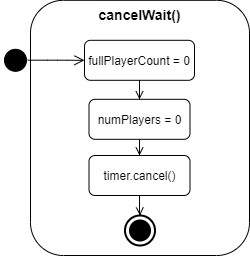
Before: Doku/images/AD_cancelWait.png, a diagram exported from draw.io (KjellooMelloo/gameoftrons). Source tidied: cells renumbered, new cells last; positions are measured from the earlier drawing's top-left corner, leaving out a move shared by most shapes. Source of this version:
```xml
<mxGraphModel>
  <root>
    <mxCell id="0" />
    <mxCell id="1" parent="0" />
    <mxCell id="2" value="&lt;b&gt;&lt;font style=&quot;font-size: 14px&quot;&gt;cancelWait()&lt;/font&gt;&lt;/b&gt;" style="rounded=1;whiteSpace=wrap;html=1;align=center;verticalAlign=top;" parent="1" vertex="1">
      <mxGeometry x="30" y="-0.2" width="219" height="255.2" as="geometry" />
    </mxCell>
    <mxCell id="3" style="ellipse;html=1;shape=startState;fillColor=#000000;strokeColor=#000000;align=center;" parent="1" vertex="1">
      <mxGeometry y="44.8" width="30" height="30" as="geometry" />
    </mxCell>
    <mxCell id="4" style="edgeStyle=orthogonalEdgeStyle;html=1;verticalAlign=bottom;endArrow=open;endSize=8;strokeColor=#000000;entryX=0;entryY=0.5;entryDx=0;entryDy=0;exitX=0.909;exitY=0.496;exitDx=0;exitDy=0;exitPerimeter=0;" parent="1" edge="1" source="3" target="6">
      <mxGeometry relative="1" as="geometry" />
    </mxCell>
    <mxCell id="5" style="edgeStyle=orthogonalEdgeStyle;rounded=0;jettySize=auto;html=1;endArrow=open;endFill=0;" parent="1" edge="1" source="6" target="8">
      <mxGeometry relative="1" as="geometry" />
    </mxCell>
    <mxCell id="6" value="fullPlayerCount = 0" style="shape=rect;html=1;rounded=1;whiteSpace=wrap;align=center;" parent="1" vertex="1">
      <mxGeometry x="84" y="39.8" width="110" height="40" as="geometry" />
    </mxCell>
    <mxCell id="7" style="edgeStyle=orthogonalEdgeStyle;rounded=0;jettySize=auto;html=1;endArrow=open;endFill=0;entryX=0.5;entryY=0;entryDx=0;entryDy=0;" parent="1" edge="1" source="8" target="11">
      <mxGeometry relative="1" as="geometry" />
    </mxCell>
    <mxCell id="8" value="numPlayers = 0" style="shape=rect;html=1;rounded=1;whiteSpace=wrap;align=center;" parent="1" vertex="1">
      <mxGeometry x="88.5" y="98.8" width="101" height="40" as="geometry" />
    </mxCell>
    <mxCell id="9" style="html=1;shape=mxgraph.sysml.actFinal;strokeWidth=2;verticalLabelPosition=bottom;verticalAlignment=top;align=center;" parent="1" vertex="1">
      <mxGeometry x="124.5" y="215" width="30" height="30" as="geometry" />
    </mxCell>
    <mxCell id="10" style="edgeStyle=orthogonalEdgeStyle;rounded=0;jettySize=auto;html=1;entryX=0.5;entryY=0;entryDx=0;entryDy=0;entryPerimeter=0;endArrow=open;endFill=0;" parent="1" edge="1" source="11" target="9">
      <mxGeometry relative="1" as="geometry" />
    </mxCell>
    <mxCell id="11" value="timer.cancel()" style="shape=rect;html=1;rounded=1;whiteSpace=wrap;align=center;" parent="1" vertex="1">
      <mxGeometry x="88.5" y="155" width="101" height="40" as="geometry" />
    </mxCell>
  </root>
</mxGraphModel>
```
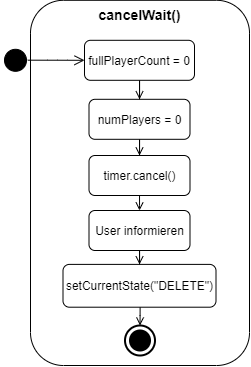
Later version of the same file.

What changed in the source:
```diff
@@ -3,7 +3,7 @@
     <mxCell id="0" />
     <mxCell id="1" parent="0" />
     <mxCell id="2" value="&lt;b&gt;&lt;font style=&quot;font-size: 14px&quot;&gt;cancelWait()&lt;/font&gt;&lt;/b&gt;" style="rounded=1;whiteSpace=wrap;html=1;align=center;verticalAlign=top;" parent="1" vertex="1">
-      <mxGeometry x="30" y="-0.2" width="219" height="255.2" as="geometry" />
+      <mxGeometry x="30" y="-0.2" width="219" height="365.2" as="geometry" />
     </mxCell>
     <mxCell id="3" style="ellipse;html=1;shape=startState;fillColor=#000000;strokeColor=#000000;align=center;" parent="1" vertex="1">
       <mxGeometry y="44.8" width="30" height="30" as="geometry" />
@@ -24,13 +24,37 @@
       <mxGeometry x="88.5" y="98.8" width="101" height="40" as="geometry" />
     </mxCell>
     <mxCell id="9" style="html=1;shape=mxgraph.sysml.actFinal;strokeWidth=2;verticalLabelPosition=bottom;verticalAlignment=top;align=center;" parent="1" vertex="1">
-      <mxGeometry x="124.5" y="215" width="30" height="30" as="geometry" />
+      <mxGeometry x="124.5" y="325" width="30" height="30" as="geometry" />
     </mxCell>
-    <mxCell id="10" style="edgeStyle=orthogonalEdgeStyle;rounded=0;jettySize=auto;html=1;entryX=0.5;entryY=0;entryDx=0;entryDy=0;entryPerimeter=0;endArrow=open;endFill=0;" parent="1" edge="1" source="11" target="9">
-      <mxGeometry relative="1" as="geometry" />
+    <mxCell id="10" style="edgeStyle=orthogonalEdgeStyle;rounded=0;jettySize=auto;html=1;endArrow=open;endFill=0;entryX=0.5;entryY=0;entryDx=0;entryDy=0;" parent="1" edge="1" source="11" target="13">
+      <mxGeometry relative="1" as="geometry">
+        <Array as="points">
+          <mxPoint x="139" y="205" />
+          <mxPoint x="139" y="205" />
+        </Array>
+      </mxGeometry>
     </mxCell>
     <mxCell id="11" value="timer.cancel()" style="shape=rect;html=1;rounded=1;whiteSpace=wrap;align=center;" parent="1" vertex="1">
       <mxGeometry x="88.5" y="155" width="101" height="40" as="geometry" />
     </mxCell>
+    <mxCell id="12" style="edgeStyle=orthogonalEdgeStyle;rounded=0;jettySize=auto;html=1;endArrow=open;endFill=0;" parent="1" edge="1" source="13" target="15">
+      <mxGeometry relative="1" as="geometry" />
+    </mxCell>
+    <mxCell id="13" value="User informieren" style="shape=rect;html=1;rounded=1;whiteSpace=wrap;align=center;" parent="1" vertex="1">
+      <mxGeometry x="88.5" y="210" width="101" height="40" as="geometry" />
+    </mxCell>
+    <mxCell id="14" style="edgeStyle=orthogonalEdgeStyle;rounded=0;orthogonalLoop=1;jettySize=auto;html=1;entryX=0.5;entryY=0;entryDx=0;entryDy=0;entryPerimeter=0;endArrow=open;endFill=0;exitX=0.504;exitY=1;exitDx=0;exitDy=0;exitPerimeter=0;" parent="1" edge="1">
+      <mxGeometry relative="1" as="geometry">
+        <mxPoint x="139.6" y="306.7" as="sourcePoint" />
+        <mxPoint x="139.5" y="325" as="targetPoint" />
+        <Array as="points">
+          <mxPoint x="140" y="315" />
+          <mxPoint x="140" y="315" />
+        </Array>
+      </mxGeometry>
+    </mxCell>
+    <mxCell id="15" value="setCurrentState(&quot;DELETE&quot;)" style="shape=rect;html=1;rounded=1;whiteSpace=wrap;align=center;" parent="1" vertex="1">
+      <mxGeometry x="62.5" y="263.9" width="153" height="42.8" as="geometry" />
+    </mxCell>
   </root>
 </mxGraphModel>
```
